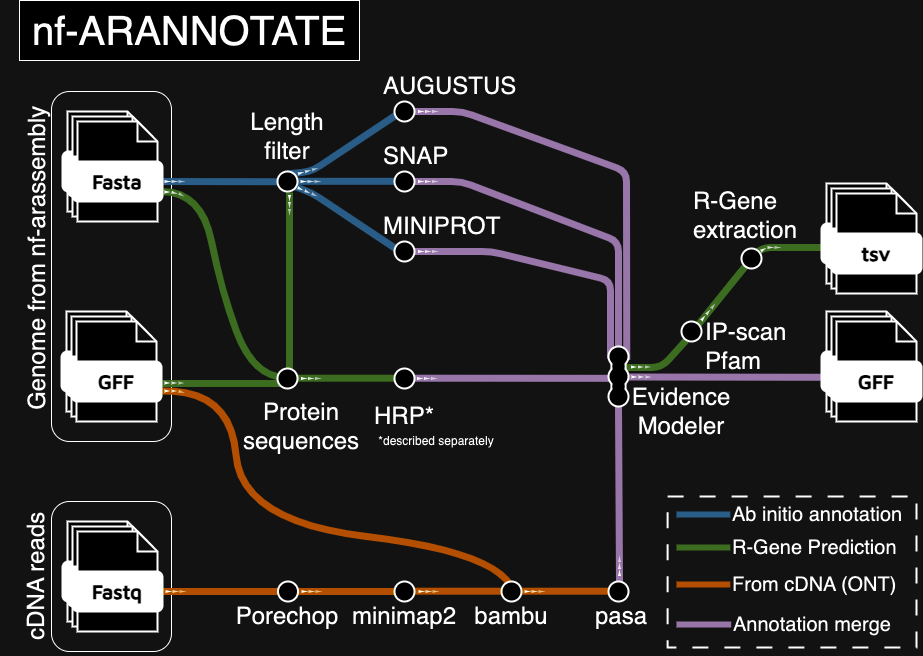
This is nf-arannotate.tubes.png from nschan/nf-annotate, a draw.io export, as it was before one commit. Source tidied: cells renumbered, new cells last; positions are measured from the earlier drawing's top-left corner, leaving out a move shared by most shapes.
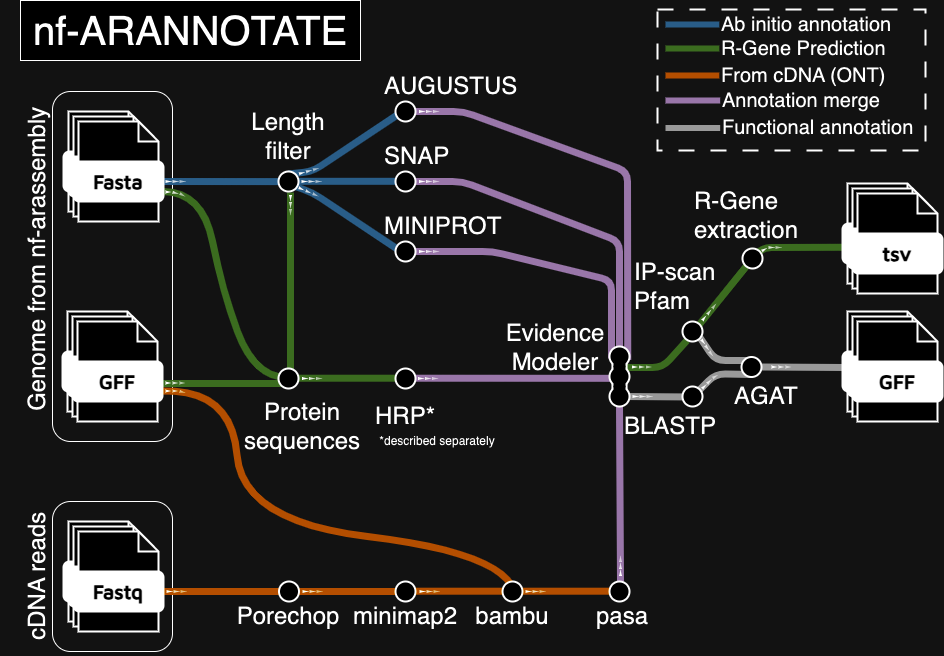
Later version of the same file.

Commit message:
functional annotation step

Change to the diagram source:
```diff
@@ -2,6 +2,41 @@
   <root>
     <mxCell id="0" />
     <mxCell id="1" parent="0" />
+    <mxCell id="221" style="endArrow=none;html=1;rounded=1;strokeWidth=7;strokeColor=#666666;entryX=0.033;entryY=0.4;entryDx=0;entryDy=0;entryPerimeter=0;" parent="1" edge="1" target="183">
+      <mxGeometry relative="1" as="geometry">
+        <mxPoint x="761" y="366.5" as="sourcePoint" />
+      </mxGeometry>
+    </mxCell>
+    <mxCell id="222" style="group;" parent="1" vertex="1">
+      <mxGeometry x="771" y="365" width="25" height="3" as="geometry" />
+    </mxCell>
+    <mxCell id="223" style="group;" parent="222" vertex="1">
+      <mxGeometry width="25" height="3" as="geometry" />
+    </mxCell>
+    <mxCell id="224" style="triangle;whiteSpace=wrap;html=1;rotation=0;fillColor=#000000;strokeColor=none;" parent="223" vertex="1">
+      <mxGeometry width="6" height="3" as="geometry" />
+    </mxCell>
+    <mxCell id="225" style="triangle;whiteSpace=wrap;html=1;rotation=0;fillColor=#000000;opacity=80;strokeColor=none;" parent="223" vertex="1">
+      <mxGeometry x="7" width="6" height="3" as="geometry" />
+    </mxCell>
+    <mxCell id="226" style="triangle;whiteSpace=wrap;html=1;rotation=0;fillColor=#000000;strokeColor=none;opacity=60;" parent="223" vertex="1">
+      <mxGeometry x="14" width="6" height="3" as="geometry" />
+    </mxCell>
+    <mxCell id="227" style="endArrow=none;html=1;rounded=1;strokeWidth=7;strokeColor=#666666;exitX=0.569;exitY=0.872;exitDx=0;exitDy=0;exitPerimeter=0;" parent="1" edge="1" source="241">
+      <mxGeometry relative="1" as="geometry">
+        <mxPoint x="695" y="393.5" as="targetPoint" />
+        <Array as="points">
+          <mxPoint x="715" y="373.5" />
+        </Array>
+      </mxGeometry>
+    </mxCell>
+    <mxCell id="228" style="endArrow=none;html=1;rounded=1;strokeWidth=7;strokeColor=#666666;exitX=0.7;exitY=0.175;exitDx=0;exitDy=0;exitPerimeter=0;entryX=0.85;entryY=0.767;entryDx=0;entryDy=0;entryPerimeter=0;" parent="1" edge="1" source="241" target="199">
+      <mxGeometry relative="1" as="geometry">
+        <Array as="points">
+          <mxPoint x="715" y="360" />
+        </Array>
+      </mxGeometry>
+    </mxCell>
     <mxCell id="2" style="endArrow=none;html=1;rounded=1;strokeWidth=7;strokeColor=#82B366;exitX=0.229;exitY=0.946;exitDx=0;exitDy=0;entryX=1;entryY=0;entryDx=0;entryDy=0;exitPerimeter=0;" parent="1" edge="1" source="199">
       <mxGeometry relative="1" as="geometry">
         <mxPoint x="624" y="367" as="targetPoint" />
@@ -10,10 +45,10 @@
         </Array>
       </mxGeometry>
     </mxCell>
-    <mxCell id="3" style="endArrow=none;html=1;rounded=1;strokeWidth=7;strokeColor=#9673A6;entryX=0.916;entryY=0.561;entryDx=0;entryDy=0;entryPerimeter=0;" parent="1" edge="1">
+    <mxCell id="3" style="endArrow=none;html=1;rounded=1;strokeWidth=7;strokeColor=#666666;" parent="1" edge="1">
       <mxGeometry relative="1" as="geometry">
-        <mxPoint x="622" y="376.5" as="sourcePoint" />
-        <mxPoint x="830" y="376.8" as="targetPoint" />
+        <mxPoint x="622" y="396" as="sourcePoint" />
+        <mxPoint x="695" y="396.5" as="targetPoint" />
       </mxGeometry>
     </mxCell>
     <mxCell id="4" style="endArrow=none;html=1;rounded=1;strokeWidth=7;strokeColor=#9673A6;exitX=1;exitY=0.5;exitDx=0;exitDy=0;" parent="1" edge="1">
@@ -235,47 +270,6 @@
     <mxCell id="58" value="HRP*" style="text;html=1;align=center;verticalAlign=middle;whiteSpace=wrap;rounded=0;fontSize=24;" parent="1" vertex="1">
       <mxGeometry x="375" y="401" width="60" height="30" as="geometry" />
     </mxCell>
-    <mxCell id="59" style="group;" parent="1" vertex="1">
-      <mxGeometry x="677" y="500" width="240" height="150" as="geometry" />
-    </mxCell>
-    <mxCell id="60" style="group;strokeWidth=2;perimeterSpacing=0;dashed=1;dashPattern=1 2;" parent="59" vertex="1">
-      <mxGeometry width="240" height="150" as="geometry" />
-    </mxCell>
-    <mxCell id="61" style="rounded=0;whiteSpace=wrap;html=1;fillColor=none;dashed=1;dashPattern=8 8;strokeWidth=2;" parent="60" vertex="1">
-      <mxGeometry x="-8.9" y="-4" width="248.9" height="151" as="geometry" />
-    </mxCell>
-    <mxCell id="62" style="endArrow=none;html=1;rounded=1;strokeWidth=6;strokeColor=#7EB2DD;entryX=0;entryY=0.5;entryDx=0;entryDy=0;" parent="60" edge="1" target="67">
-      <mxGeometry relative="1" as="geometry">
-        <mxPoint y="14" as="sourcePoint" />
-      </mxGeometry>
-    </mxCell>
-    <mxCell id="63" style="endArrow=none;html=1;rounded=1;strokeWidth=6;strokeColor=#82B366;fillColor=#d5e8d4;entryX=0;entryY=0.5;entryDx=0;entryDy=0;" parent="60" edge="1" target="64">
-      <mxGeometry relative="1" as="geometry">
-        <mxPoint y="47" as="sourcePoint" />
-      </mxGeometry>
-    </mxCell>
-    <mxCell id="64" value="R-Gene Prediction" style="text;html=1;align=left;verticalAlign=middle;whiteSpace=wrap;rounded=0;fontSize=20;" parent="60" vertex="1">
-      <mxGeometry x="53.8" y="32" width="186.2" height="30" as="geometry" />
-    </mxCell>
-    <mxCell id="65" value="From cDNA (ONT)" style="text;html=1;align=left;verticalAlign=middle;whiteSpace=wrap;rounded=0;fontSize=20;" parent="60" vertex="1">
-      <mxGeometry x="53.8" y="69" width="176.2" height="30" as="geometry" />
-    </mxCell>
-    <mxCell id="66" style="endArrow=none;html=1;rounded=1;strokeWidth=6;strokeColor=#FF9914;entryX=0;entryY=0.5;entryDx=0;entryDy=0;" parent="60" edge="1" target="65">
-      <mxGeometry relative="1" as="geometry">
-        <mxPoint y="84" as="sourcePoint" />
-      </mxGeometry>
-    </mxCell>
-    <mxCell id="67" value="Ab initio annotation" style="text;html=1;align=left;verticalAlign=middle;whiteSpace=wrap;rounded=0;fontSize=20;" parent="60" vertex="1">
-      <mxGeometry x="53.8" y="-1" width="176.2" height="30" as="geometry" />
-    </mxCell>
-    <mxCell id="68" value="Annotation merge" style="text;html=1;align=left;verticalAlign=middle;whiteSpace=wrap;rounded=0;fontSize=20;" parent="60" vertex="1">
-      <mxGeometry x="54.7" y="109" width="185.3" height="30" as="geometry" />
-    </mxCell>
-    <mxCell id="69" style="endArrow=none;html=1;rounded=1;strokeWidth=6;strokeColor=#9673A6;fillColor=#e1d5e7;entryX=0;entryY=0.5;entryDx=0;entryDy=0;" parent="59" edge="1" target="68">
-      <mxGeometry relative="1" as="geometry">
-        <mxPoint y="124" as="sourcePoint" />
-      </mxGeometry>
-    </mxCell>
     <mxCell id="70" value="cDNA reads" style="text;html=1;align=center;verticalAlign=bottom;whiteSpace=wrap;rounded=0;fontSize=24;horizontal=0;" parent="1" vertex="1">
       <mxGeometry x="20" y="497" width="34" height="158" as="geometry" />
     </mxCell>
@@ -625,10 +619,10 @@
       <mxGeometry x="14" width="6" height="3" as="geometry" />
     </mxCell>
     <mxCell id="180" value="Evidence&lt;br&gt;Modeler" style="text;html=1;align=center;verticalAlign=middle;whiteSpace=wrap;rounded=0;fontSize=24;" parent="1" vertex="1">
-      <mxGeometry x="622" y="382" width="120" height="57" as="geometry" />
+      <mxGeometry x="495" y="318" width="120" height="57" as="geometry" />
     </mxCell>
     <mxCell id="181" style="group;" parent="1" vertex="1">
-      <mxGeometry x="822" y="311" width="100" height="110" as="geometry" />
+      <mxGeometry x="842" y="311" width="100" height="110" as="geometry" />
     </mxCell>
     <mxCell id="182" style="shape=note;whiteSpace=wrap;html=1;backgroundOutline=1;darkOpacity=0.05;rounded=1;size=20;strokeWidth=2;" parent="181" vertex="1">
       <mxGeometry x="5" width="80" height="100" as="geometry" />
@@ -649,7 +643,7 @@
       <mxGeometry x="10" y="50" width="90" height="40" as="geometry" />
     </mxCell>
     <mxCell id="188" style="group;" parent="1" vertex="1">
-      <mxGeometry x="632" y="375" width="25" height="3" as="geometry" />
+      <mxGeometry x="632" y="394.5" width="25" height="3" as="geometry" />
     </mxCell>
     <mxCell id="189" style="group;" parent="188" vertex="1">
       <mxGeometry width="25" height="3" as="geometry" />
@@ -678,9 +672,8 @@
     <mxCell id="197" style="triangle;whiteSpace=wrap;html=1;rotation=0;fillColor=#000000;strokeColor=none;opacity=60;" parent="194" vertex="1">
       <mxGeometry x="14" width="6" height="3" as="geometry" />
     </mxCell>
-    <mxCell id="198" style="endArrow=none;html=1;rounded=1;strokeWidth=7;strokeColor=#82B366;exitX=1;exitY=0.5;exitDx=0;exitDy=0;entryX=1;entryY=0;entryDx=0;entryDy=0;" parent="1" edge="1" target="199">
+    <mxCell id="198" style="endArrow=none;html=1;rounded=1;strokeWidth=7;strokeColor=#82B366;exitX=0.013;exitY=0.468;exitDx=0;exitDy=0;entryX=1;entryY=0;entryDx=0;entryDy=0;exitPerimeter=0;" parent="1" edge="1" source="213" target="199">
       <mxGeometry relative="1" as="geometry">
-        <mxPoint x="838" y="247" as="sourcePoint" />
         <Array as="points">
           <mxPoint x="761" y="247" />
         </Array>
@@ -690,7 +683,7 @@
       <mxGeometry x="682" y="321" width="20" height="20" as="geometry" />
     </mxCell>
     <mxCell id="200" value="IP-scan&lt;br style=&quot;font-size: 24px;&quot;&gt;Pfam" style="text;html=1;align=left;verticalAlign=middle;whiteSpace=wrap;rounded=0;fontSize=24;" parent="1" vertex="1">
-      <mxGeometry x="704" y="321" width="100" height="50" as="geometry" />
+      <mxGeometry x="632" y="261" width="100" height="50" as="geometry" />
     </mxCell>
     <mxCell id="201" style="group;rotation=-45;direction=west;" parent="1" vertex="1">
       <mxGeometry x="696.8" y="308" width="25" height="3" as="geometry" />
@@ -717,7 +710,7 @@
       <mxGeometry x="692" y="190" width="120" height="50" as="geometry" />
     </mxCell>
     <mxCell id="209" style="group;" parent="1" vertex="1">
-      <mxGeometry x="822" y="183" width="100" height="110" as="geometry" />
+      <mxGeometry x="842" y="183" width="100" height="110" as="geometry" />
     </mxCell>
     <mxCell id="210" style="shape=note;whiteSpace=wrap;html=1;backgroundOutline=1;darkOpacity=0.05;rounded=1;size=20;strokeWidth=2;" parent="209" vertex="1">
       <mxGeometry x="5" width="80" height="100" as="geometry" />
@@ -752,5 +745,84 @@
     <mxCell id="220" style="triangle;whiteSpace=wrap;html=1;rotation=0;fillColor=#000000;strokeColor=none;opacity=60;" parent="217" vertex="1">
       <mxGeometry x="14" y="-1" width="6" height="3" as="geometry" />
     </mxCell>
+    <mxCell id="229" style="ellipse;whiteSpace=wrap;html=1;rounded=1;rotation=0;strokeWidth=2;" parent="1" vertex="1">
+      <mxGeometry x="682" y="386" width="20" height="20" as="geometry" />
+    </mxCell>
+    <mxCell id="230" value="BLASTP" style="text;html=1;align=left;verticalAlign=middle;whiteSpace=wrap;rounded=0;fontSize=24;" parent="1" vertex="1">
+      <mxGeometry x="621.8" y="401" width="100" height="50" as="geometry" />
+    </mxCell>
+    <mxCell id="231" style="group;rotation=-45;" parent="1" vertex="1">
+      <mxGeometry x="697.8" y="377.5" width="25" height="3" as="geometry" />
+    </mxCell>
+    <mxCell id="232" style="triangle;whiteSpace=wrap;html=1;rotation=-45;fillColor=#000000;strokeColor=none;" parent="231" vertex="1">
+      <mxGeometry x="3" y="7" width="6" height="3" as="geometry" />
+    </mxCell>
+    <mxCell id="233" style="triangle;whiteSpace=wrap;html=1;rotation=-45;fillColor=#000000;opacity=80;strokeColor=none;" parent="231" vertex="1">
+      <mxGeometry x="8" y="2" width="6" height="3" as="geometry" />
+    </mxCell>
+    <mxCell id="234" style="triangle;whiteSpace=wrap;html=1;rotation=-30;fillColor=#000000;strokeColor=none;opacity=60;" parent="231" vertex="1">
+      <mxGeometry x="14" y="-3" width="6" height="3" as="geometry" />
+    </mxCell>
+    <mxCell id="235" style="group;rotation=51.8;" parent="1" vertex="1">
+      <mxGeometry x="695.8" y="348" width="25" height="3" as="geometry" />
+    </mxCell>
+    <mxCell id="236" style="triangle;whiteSpace=wrap;html=1;rotation=51.8;fillColor=#000000;strokeColor=none;" parent="235" vertex="1">
+      <mxGeometry x="4" y="-8" width="6" height="3" as="geometry" />
+    </mxCell>
+    <mxCell id="237" style="triangle;whiteSpace=wrap;html=1;rotation=51.8;fillColor=#000000;opacity=80;strokeColor=none;" parent="235" vertex="1">
+      <mxGeometry x="8" y="-2" width="6" height="3" as="geometry" />
+    </mxCell>
+    <mxCell id="238" style="triangle;whiteSpace=wrap;html=1;rotation=51.8;fillColor=#000000;strokeColor=none;opacity=60;" parent="235" vertex="1">
+      <mxGeometry x="12" y="4" width="6" height="3" as="geometry" />
+    </mxCell>
+    <mxCell id="69" style="endArrow=none;html=1;rounded=1;strokeWidth=6;strokeColor=#9673A6;fillColor=#e1d5e7;entryX=0;entryY=0.5;entryDx=0;entryDy=0;" parent="1" edge="1" target="68">
+      <mxGeometry relative="1" as="geometry">
+        <mxPoint x="665" y="100" as="sourcePoint" />
+      </mxGeometry>
+    </mxCell>
+    <mxCell id="61" style="rounded=0;whiteSpace=wrap;html=1;fillColor=none;dashed=1;dashPattern=8 8;strokeWidth=2;" parent="1" vertex="1">
+      <mxGeometry x="657" y="9" width="268" height="141" as="geometry" />
+    </mxCell>
+    <mxCell id="62" style="endArrow=none;html=1;rounded=1;strokeWidth=6;strokeColor=#7EB2DD;entryX=0;entryY=0.5;entryDx=0;entryDy=0;" parent="1" edge="1" target="67">
+      <mxGeometry relative="1" as="geometry">
+        <mxPoint x="665" y="24" as="sourcePoint" />
+      </mxGeometry>
+    </mxCell>
+    <mxCell id="63" style="endArrow=none;html=1;rounded=1;strokeWidth=6;strokeColor=#82B366;fillColor=#d5e8d4;entryX=0;entryY=0.5;entryDx=0;entryDy=0;" parent="1" edge="1" target="64">
+      <mxGeometry relative="1" as="geometry">
+        <mxPoint x="665" y="48" as="sourcePoint" />
+      </mxGeometry>
+    </mxCell>
+    <mxCell id="64" value="R-Gene Prediction" style="text;html=1;align=left;verticalAlign=middle;whiteSpace=wrap;rounded=0;fontSize=20;" parent="1" vertex="1">
+      <mxGeometry x="718.8" y="33" width="186.2" height="30" as="geometry" />
+    </mxCell>
+    <mxCell id="65" value="From cDNA (ONT)" style="text;html=1;align=left;verticalAlign=middle;whiteSpace=wrap;rounded=0;fontSize=20;" parent="1" vertex="1">
+      <mxGeometry x="718.8" y="60" width="176.2" height="30" as="geometry" />
+    </mxCell>
+    <mxCell id="66" style="endArrow=none;html=1;rounded=1;strokeWidth=6;strokeColor=#FF9914;entryX=0;entryY=0.5;entryDx=0;entryDy=0;" parent="1" edge="1" target="65">
+      <mxGeometry relative="1" as="geometry">
+        <mxPoint x="665" y="75" as="sourcePoint" />
+      </mxGeometry>
+    </mxCell>
+    <mxCell id="67" value="Ab initio annotation" style="text;html=1;align=left;verticalAlign=middle;whiteSpace=wrap;rounded=0;fontSize=20;" parent="1" vertex="1">
+      <mxGeometry x="718.8" y="9" width="176.2" height="30" as="geometry" />
+    </mxCell>
+    <mxCell id="68" value="Annotation merge" style="text;html=1;align=left;verticalAlign=middle;whiteSpace=wrap;rounded=0;fontSize=20;" parent="1" vertex="1">
+      <mxGeometry x="719.7" y="85" width="185.3" height="30" as="geometry" />
+    </mxCell>
+    <mxCell id="239" style="endArrow=none;html=1;rounded=1;strokeWidth=6;strokeColor=#666666;fillColor=#f5f5f5;entryX=0;entryY=0.5;entryDx=0;entryDy=0;gradientColor=#b3b3b3;" parent="1" edge="1" target="240">
+      <mxGeometry relative="1" as="geometry">
+        <mxPoint x="665" y="127.5" as="sourcePoint" />
+      </mxGeometry>
+    </mxCell>
+    <mxCell id="240" value="Functional annotation" style="text;html=1;align=left;verticalAlign=middle;whiteSpace=wrap;rounded=0;fontSize=20;" parent="1" vertex="1">
+      <mxGeometry x="719.7" y="112.5" width="195.3" height="30" as="geometry" />
+    </mxCell>
+    <mxCell id="241" style="ellipse;whiteSpace=wrap;html=1;rounded=1;rotation=0;strokeWidth=2;" parent="1" vertex="1">
+      <mxGeometry x="741" y="356.5" width="20" height="20" as="geometry" />
+    </mxCell>
+    <mxCell id="242" value="AGAT" style="text;html=1;align=left;verticalAlign=middle;whiteSpace=wrap;rounded=0;fontSize=24;" parent="1" vertex="1">
+      <mxGeometry x="732" y="371" width="73" height="50" as="geometry" />
+    </mxCell>
   </root>
 </mxGraphModel>
```
